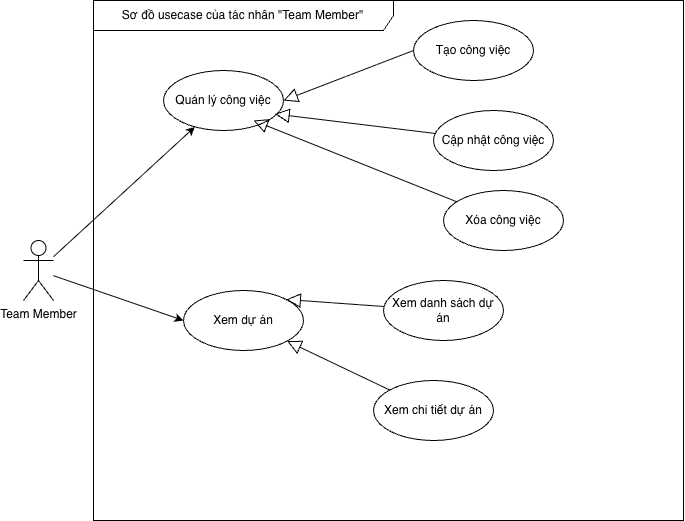
Above: reports/dat-examples/report/images/usecase_team_member.png in toantran292/datn (draw.io), before the change. Source tidied: cells renumbered, new cells last; positions are measured from the earlier drawing's top-left corner, leaving out a move shared by most shapes.
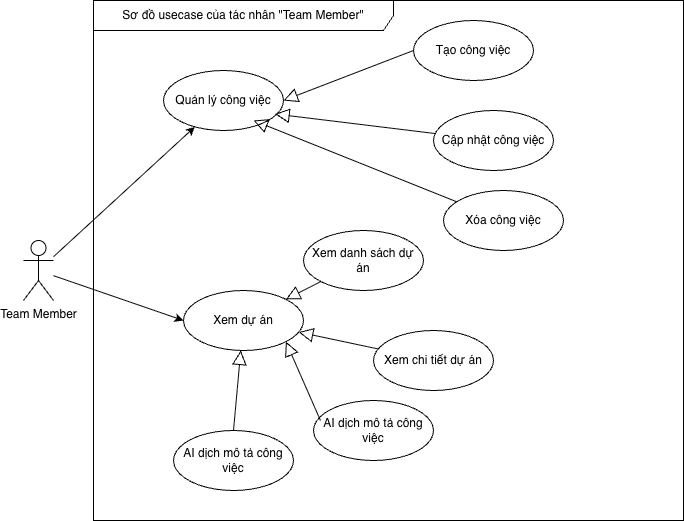
After the commit.

What changed in the source:
```diff
@@ -26,16 +26,16 @@
     <mxCell id="9" style="edgeStyle=none;html=1;endSize=12;endArrow=block;endFill=0;rounded=0;entryX=0.93;entryY=0.725;entryDx=0;entryDy=0;entryPerimeter=0;" parent="2" edge="1" source="7" target="3">
       <mxGeometry relative="1" as="geometry" />
     </mxCell>
-    <mxCell id="10" style="edgeStyle=none;html=1;endSize=12;endArrow=block;endFill=0;rounded=0;entryX=0.93;entryY=0.725;entryDx=0;entryDy=0;entryPerimeter=0;" parent="2" edge="1" source="8">
-      <mxGeometry relative="1" as="geometry">
-        <mxPoint x="160" y="120" as="targetPoint" />
-      </mxGeometry>
-    </mxCell>
+    <mxCell id="18" style="edgeStyle=none;html=1;endSize=12;endArrow=block;endFill=0;rounded=0;entryX=0.93;entryY=0.725;entryDx=0;entryDy=0;entryPerimeter=0;" parent="2" edge="1" source="8">
+      <mxGeometry relative="1" as="geometry">
+        <mxPoint x="160" y="120" as="targetPoint" />
+      </mxGeometry>
+    </mxCell>
     <mxCell id="11" value="Xem danh sách dự án" style="ellipse;whiteSpace=wrap;html=1;" parent="2" vertex="1">
-      <mxGeometry x="290" y="280" width="120" height="60" as="geometry" />
+      <mxGeometry x="210" y="230" width="120" height="60" as="geometry" />
     </mxCell>
     <mxCell id="12" value="Xem chi tiết dự án" style="ellipse;whiteSpace=wrap;html=1;" parent="2" vertex="1">
-      <mxGeometry x="280" y="380" width="120" height="60" as="geometry" />
+      <mxGeometry x="280" y="330" width="120" height="60" as="geometry" />
     </mxCell>
     <mxCell id="13" style="edgeStyle=none;html=1;endSize=12;endArrow=block;endFill=0;rounded=0;entryX=1;entryY=0;entryDx=0;entryDy=0;" parent="2" edge="1" source="11" target="4">
       <mxGeometry relative="1" as="geometry" />
@@ -43,6 +43,18 @@
     <mxCell id="14" style="edgeStyle=none;html=1;endSize=12;endArrow=block;endFill=0;rounded=0;" parent="2" edge="1" source="12" target="4">
       <mxGeometry relative="1" as="geometry" />
     </mxCell>
+    <mxCell id="19" value="AI dịch mô tả công việc" style="ellipse;whiteSpace=wrap;html=1;" parent="2" vertex="1">
+      <mxGeometry x="220" y="400" width="120" height="60" as="geometry" />
+    </mxCell>
+    <mxCell id="20" value="AI dịch mô tả công việc" style="ellipse;whiteSpace=wrap;html=1;" parent="2" vertex="1">
+      <mxGeometry x="80" y="430" width="120" height="60" as="geometry" />
+    </mxCell>
+    <mxCell id="21" style="edgeStyle=none;html=1;endSize=12;endArrow=block;endFill=0;rounded=0;exitX=0.058;exitY=0.333;exitDx=0;exitDy=0;exitPerimeter=0;entryX=1;entryY=1;entryDx=0;entryDy=0;" parent="2" edge="1" source="19" target="4">
+      <mxGeometry relative="1" as="geometry" />
+    </mxCell>
+    <mxCell id="22" style="edgeStyle=none;html=1;endSize=12;endArrow=block;endFill=0;rounded=0;exitX=0.5;exitY=0;exitDx=0;exitDy=0;" parent="2" edge="1" source="20" target="4">
+      <mxGeometry relative="1" as="geometry" />
+    </mxCell>
     <mxCell id="15" value="Team Member" style="shape=umlActor;verticalLabelPosition=bottom;verticalAlign=top;html=1;outlineConnect=0;" parent="1" vertex="1">
       <mxGeometry y="240" width="30" height="60" as="geometry" />
     </mxCell>
```
